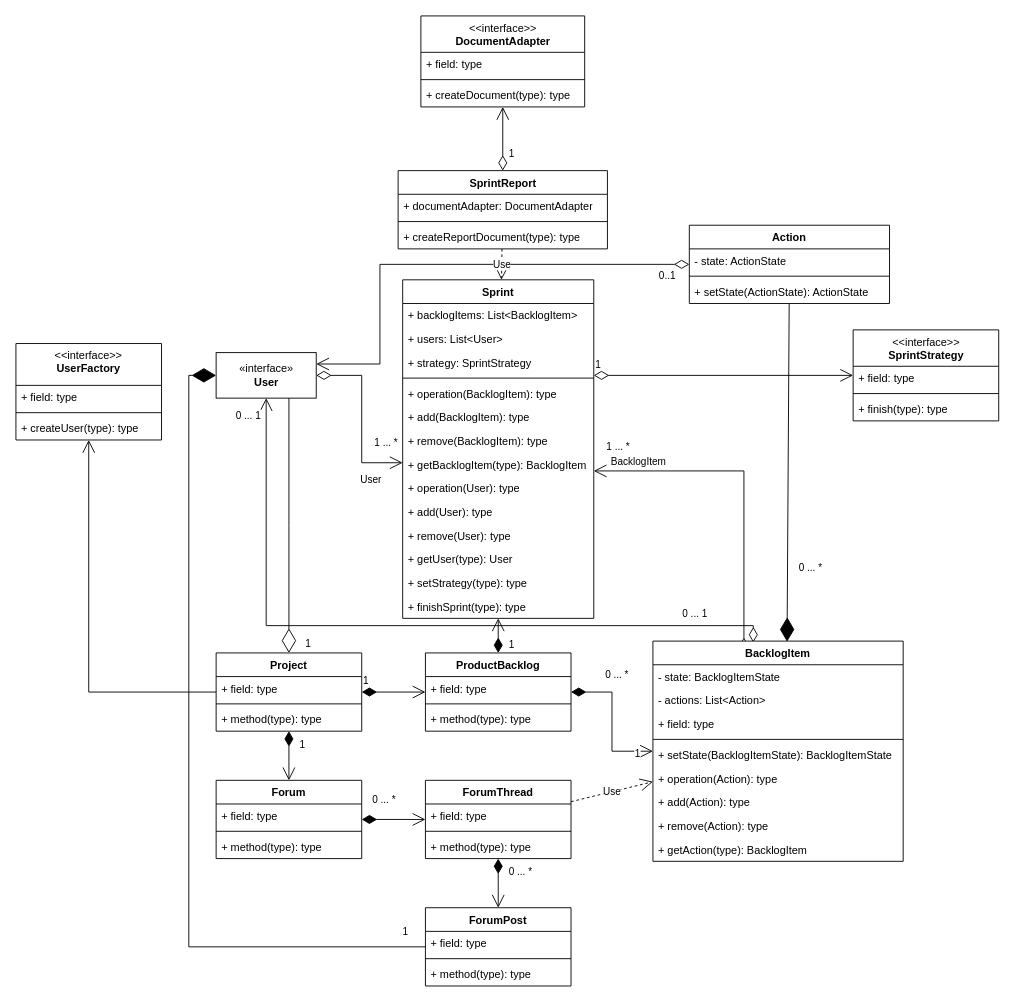
This is page "UserBacklogItemSprintCompositPattern" (1 of 9) of docs/uml_avansdevops.drawio from L-Mustang/avansdevops, a draw.io file, before an edit. Source tidied: cells renumbered, new cells numbered last; positions are measured from the earlier drawing's top-left corner, leaving out a move shared by most shapes. Both pictures are drawn from the tidied source at 91%, with x=0, y=0 at pixel (15, 15).
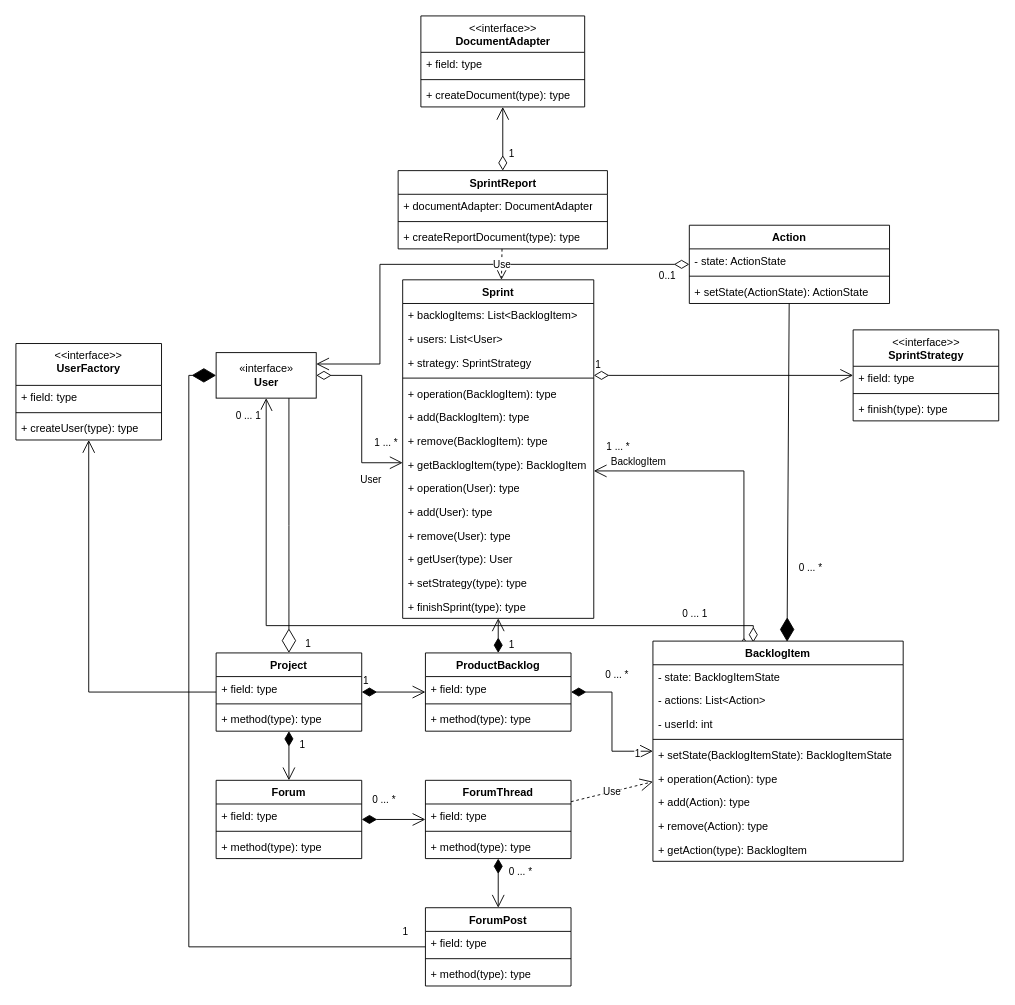
The same diagram, later.

Commit message (it also covers changes not shown here):
Updated backlogItem with userId

Unchanged cells that the change refers to:
```xml
<mxCell id="65" value="BacklogItem" style="swimlane;fontStyle=1;align=center;verticalAlign=top;horizontal=1;startSize=26;" parent="1" vertex="1">
  <mxGeometry x="700" y="687" width="275" height="242" as="geometry" />
</mxCell>
```

What changed in the source:
```diff
@@
-    <mxCell id="68" value="+ field: type" style="text;strokeColor=none;fillColor=none;align=left;verticalAlign=top;spacingLeft=4;spacingRight=4;overflow=hidden;" parent="65" vertex="1">
-      <mxGeometry y="78" width="275" height="26" as="geometry" />
-    </mxCell>
+    <mxCell id="94" value="- userId: int" style="text;strokeColor=none;fillColor=none;align=left;verticalAlign=top;spacingLeft=4;spacingRight=4;overflow=hidden;" parent="65" vertex="1">
+      <mxGeometry y="78" width="275" height="26" as="geometry" />
+    </mxCell>
```
